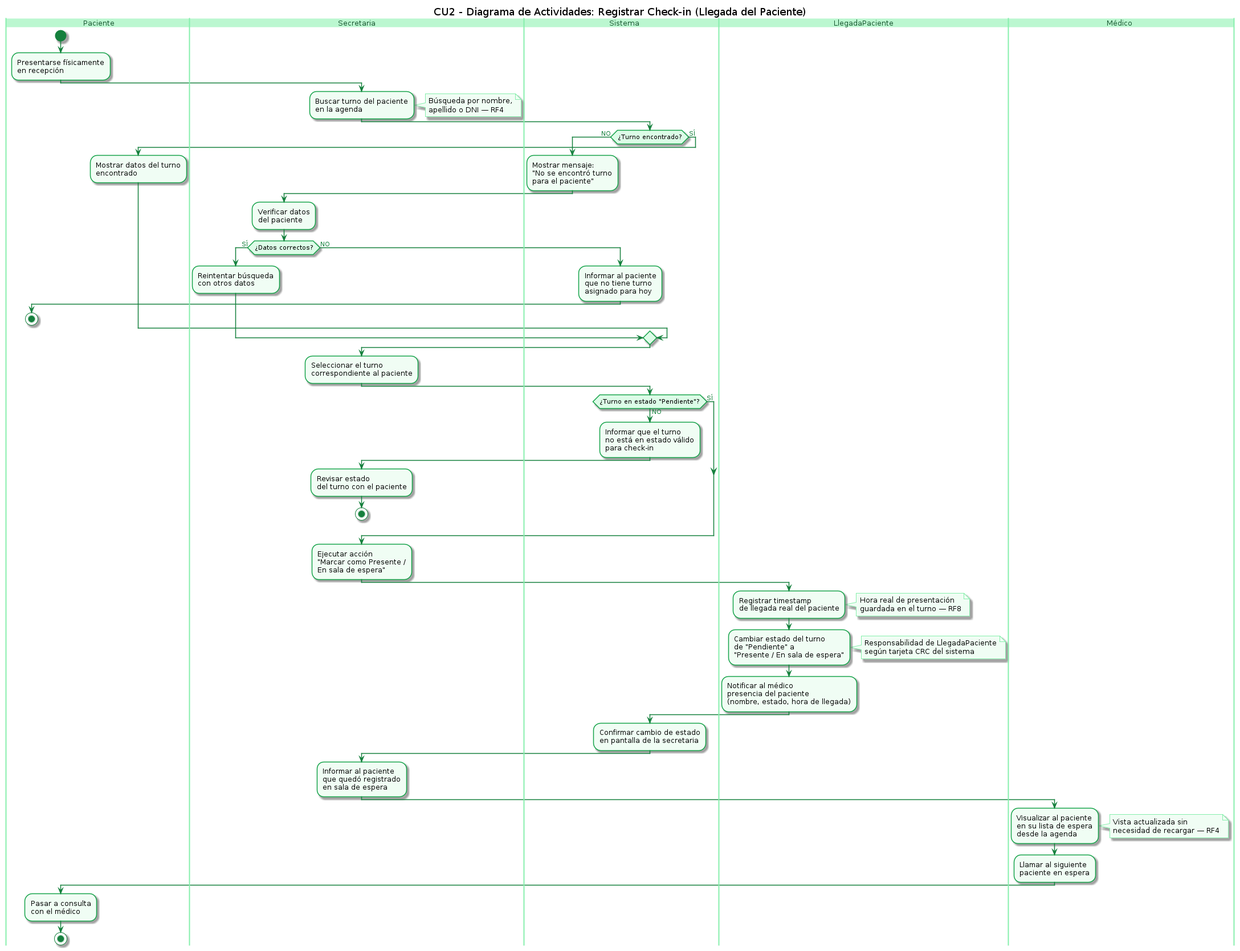
Earlier version of the PlantUML export diagramas/04-diagramas-actividades/04-actividad-registrar-checkin-02.png (angelgc9107-lgtm/SistemaTurnosMedicos_GP6). Its source is kept beside it as diagramas/04-diagramas-actividades/04-actividad-registrar-checkin-02.puml.
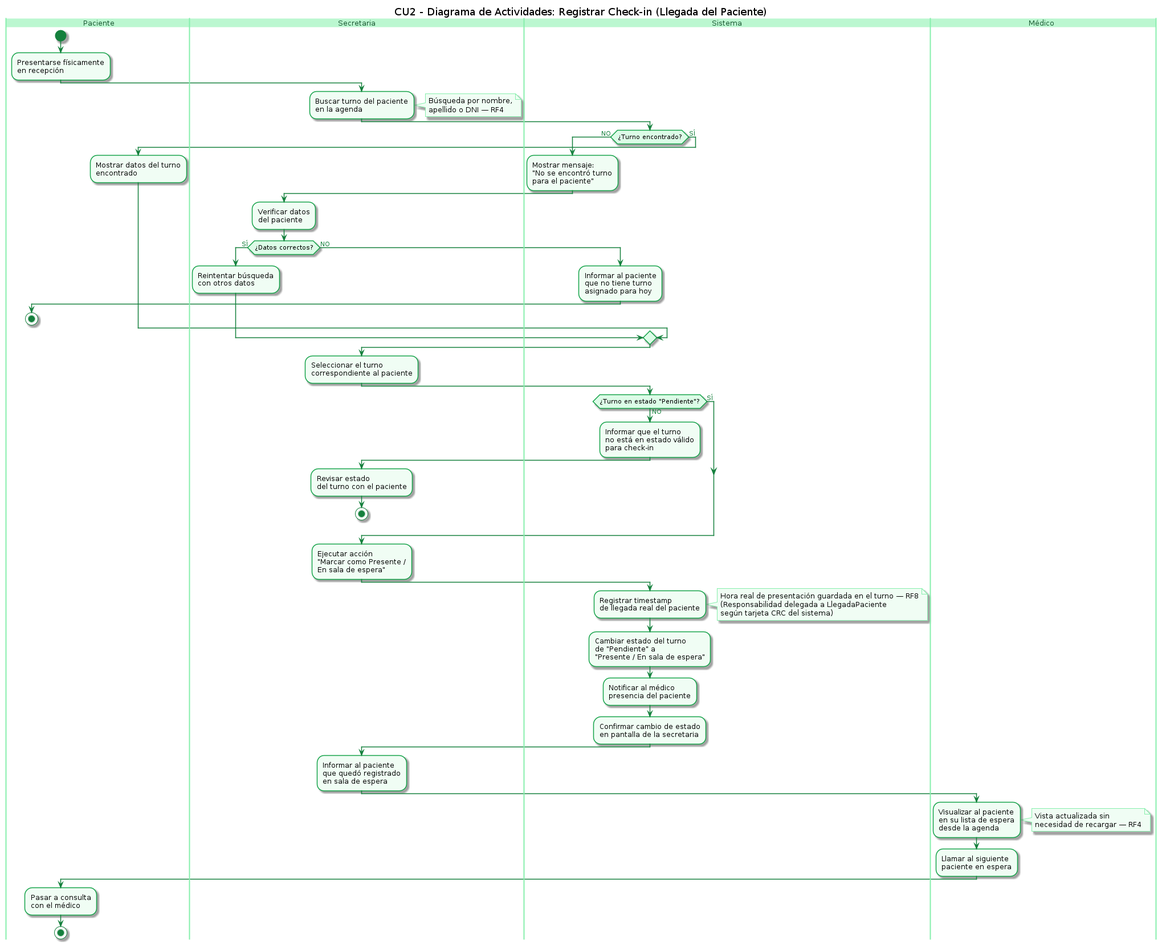
Above is the later version.

Commit message:
Correcion del changelog y diagrama de actividades

The edit, as a diff of the source:
```diff
@@ -66,24 +66,17 @@
 |Secretaria|
 :Ejecutar acción\n"Marcar como Presente /\nEn sala de espera";
 
-|LlegadaPaciente|
+|Sistema|
 :Registrar timestamp\nde llegada real del paciente;
 
 note right
-  Hora real de presentación
-  guardada en el turno — RF8
+  Hora real de presentación guardada en el turno — RF8
+  (Responsabilidad delegada a LlegadaPaciente
+  según tarjeta CRC del sistema)
 end note
 
 :Cambiar estado del turno\nde "Pendiente" a\n"Presente / En sala de espera";
-
-note right
-  Responsabilidad de LlegadaPaciente
-  según tarjeta CRC del sistema
-end note
-
-:Notificar al médico\npresencia del paciente\n(nombre, estado, hora de llegada);
-
-|Sistema|
+:Notificar al médico\npresencia del paciente;
 :Confirmar cambio de estado\nen pantalla de la secretaria;
 
 |Secretaria|
```
